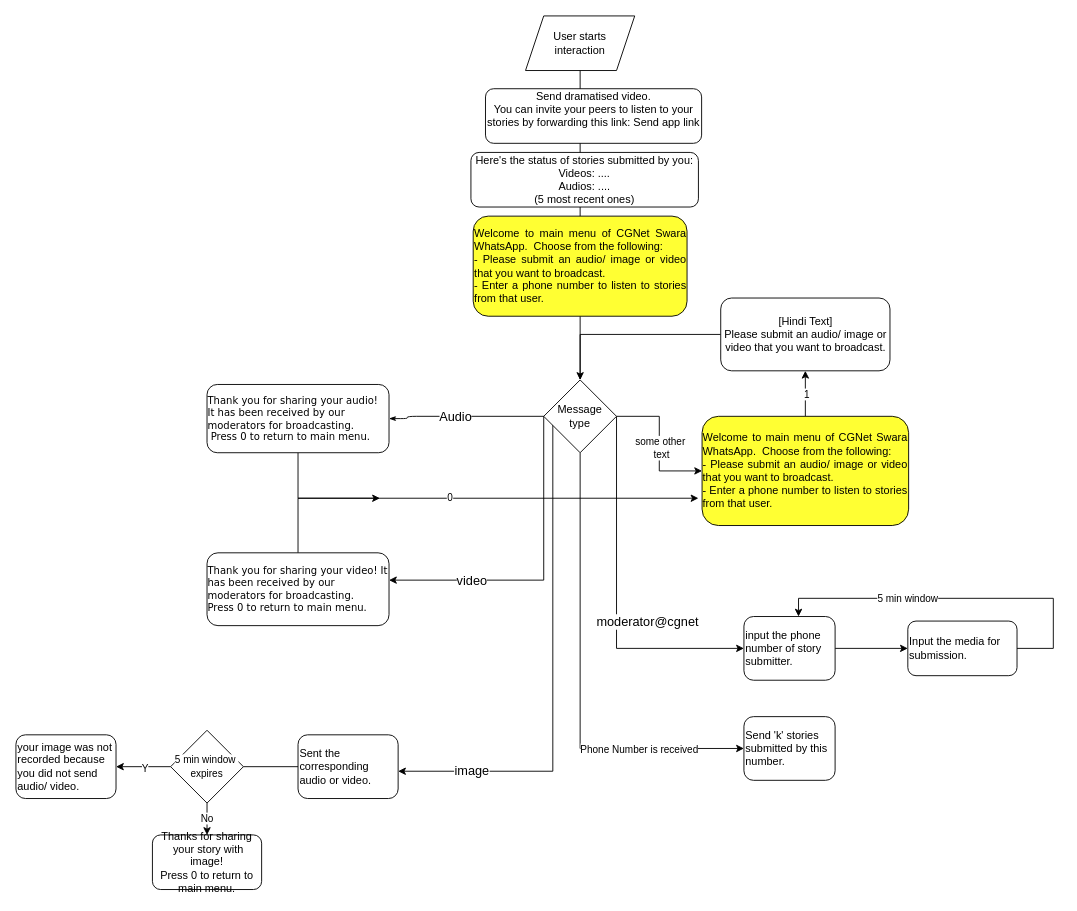
Earlier version of the draw.io diagram page "5 may" (6 of 6) of DisseminationFlow.drawio (PriyankaVerma98/CGNetSwara-WhatsApp). Source tidied: cells renumbered, new cells numbered last; positions are measured from the earlier drawing's top-left corner, leaving out a move shared by most shapes. Both pictures are drawn from the tidied source at 91%, with x=0, y=0 at pixel (15, 15).
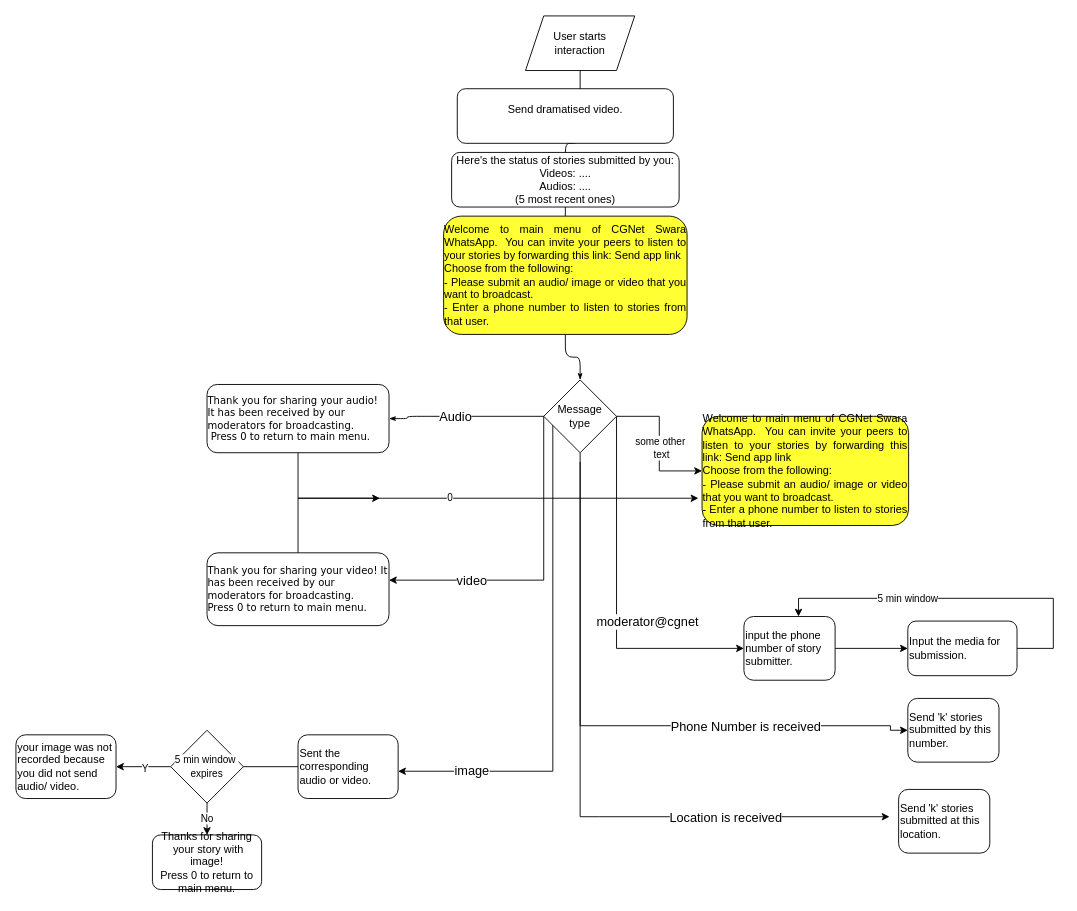
The same page after the edit.

Unchanged cells that the change refers to:
```xml
<mxCell id="15" value="Message &lt;br&gt;type" style="rhombus;whiteSpace=wrap;html=1;" parent="1" vertex="1">
  <mxGeometry x="580" y="400" width="80" height="80" as="geometry" />
</mxCell>
```

What changed in the source:
```diff
@@
-    <mxCell id="13" style="edgeStyle=orthogonalEdgeStyle;rounded=0;jettySize=auto;html=1;entryX=0;entryY=0.5;entryDx=0;entryDy=0;" parent="1" edge="1" source="15" target="44">
+    <mxCell id="13" style="edgeStyle=orthogonalEdgeStyle;rounded=0;jettySize=auto;html=1;entryX=0;entryY=0.5;entryDx=0;entryDy=0;" parent="1" edge="1" target="44">
       <mxGeometry relative="1" as="geometry">
+        <mxPoint x="620" y="490" as="sourcePoint" />
         <Array as="points">
-          <mxPoint x="620" y="805" />
+          <mxPoint x="620" y="780" />
+          <mxPoint x="961" y="780" />
+          <mxPoint x="961" y="785" />
         </Array>
       </mxGeometry>
     </mxCell>
-    <mxCell id="14" value="Phone Number is received" style="edgeLabel;html=1;align=center;verticalAlign=middle;" parent="13" vertex="1">
+    <mxCell id="14" value="&lt;font style=&quot;font-size: 14px&quot;&gt;Phone Number is received&lt;/font&gt;" style="edgeLabel;html=1;align=center;verticalAlign=middle;" parent="13" vertex="1">
       <mxGeometry x="0.42" y="-2" relative="1" as="geometry">
-        <mxPoint x="30" y="-2" as="offset" />
+        <mxPoint x="6" y="-2" as="offset" />
       </mxGeometry>
     </mxCell>
+    <mxCell id="45" style="edgeStyle=orthogonalEdgeStyle;rounded=0;jettySize=auto;html=1;" parent="1" edge="1" source="15">
+      <mxGeometry relative="1" as="geometry">
+        <mxPoint x="960" y="880" as="targetPoint" />
+        <Array as="points">
+          <mxPoint x="620" y="880" />
+          <mxPoint x="640" y="880" />
+        </Array>
+      </mxGeometry>
+    </mxCell>
+    <mxCell id="46" value="&lt;font style=&quot;font-size: 14px&quot;&gt;Location is received&lt;/font&gt;" style="edgeLabel;html=1;align=center;verticalAlign=middle;" parent="45" vertex="1">
+      <mxGeometry x="0.48" relative="1" as="geometry">
+        <mxPoint x="11" as="offset" />
+      </mxGeometry>
+    </mxCell>
@@
-    <mxCell id="20" style="edgeStyle=orthogonalEdgeStyle;rounded=0;jettySize=auto;html=1;exitX=0.5;exitY=0;exitDx=0;exitDy=0;entryX=0.5;entryY=1;entryDx=0;entryDy=0;" parent="1" edge="1" source="22" target="26">
-      <mxGeometry relative="1" as="geometry" />
-    </mxCell>
-    <mxCell id="21" value="1" style="edgeLabel;html=1;align=center;verticalAlign=middle;" parent="20" vertex="1">
-      <mxGeometry x="-0.01" y="-1" relative="1" as="geometry" />
-    </mxCell>
-    <mxCell id="22" value="&lt;div style=&quot;text-align: justify&quot;&gt;&lt;div&gt;&lt;span style=&quot;text-align: center&quot;&gt;Welcome to main menu of CGNet Swara WhatsApp. &amp;nbsp;Choose from the following:&lt;/span&gt;&lt;/div&gt;&lt;div&gt;&lt;span style=&quot;text-align: center&quot;&gt;- Please submit an audio/ image or video that you want to broadcast.&lt;/span&gt;&lt;/div&gt;&lt;div&gt;- Enter a phone number to listen to stories from that user.&lt;br&gt;&lt;/div&gt;&lt;/div&gt;" style="rounded=1;whiteSpace=wrap;html=1;fillColor=#FFFF33;" parent="1" vertex="1">
+    <mxCell id="22" value="&lt;div style=&quot;text-align: justify&quot;&gt;&lt;div&gt;&lt;div&gt;&lt;span style=&quot;text-align: center&quot;&gt;Welcome to main menu of CGNet Swara WhatsApp. &amp;nbsp;&lt;/span&gt;&lt;span style=&quot;text-align: center&quot;&gt;You can invite your peers to listen to your stories by forwarding this link: Send app link&lt;/span&gt;&lt;/div&gt;&lt;div&gt;&lt;span style=&quot;text-align: center&quot;&gt;Choose from the following:&lt;/span&gt;&lt;br&gt;&lt;/div&gt;&lt;div&gt;&lt;span style=&quot;text-align: center&quot;&gt;- Please submit an audio/ image or video that you want to broadcast.&lt;/span&gt;&lt;/div&gt;&lt;div&gt;- Enter a phone number to listen to stories from that user.&lt;/div&gt;&lt;/div&gt;&lt;/div&gt;" style="rounded=1;whiteSpace=wrap;html=1;fillColor=#FFFF33;" parent="1" vertex="1">
       <mxGeometry x="754" y="440" width="227" height="120" as="geometry" />
     </mxCell>
@@
-    <mxCell id="25" style="edgeStyle=orthogonalEdgeStyle;rounded=0;jettySize=auto;html=1;" parent="1" edge="1" source="26" target="15">
-      <mxGeometry relative="1" as="geometry" />
-    </mxCell>
-    <mxCell id="26" value="[Hindi Text]&lt;br&gt;Please submit an audio/ image or video that you want to broadcast." style="rounded=1;whiteSpace=wrap;html=1;" parent="1" vertex="1">
-      <mxGeometry x="774.5" y="310" width="186" height="80" as="geometry" />
-    </mxCell>
@@
-    <mxCell id="40" value="&lt;div style=&quot;text-align: justify&quot;&gt;&lt;div style=&quot;text-align: justify&quot;&gt;&lt;div&gt;&lt;span style=&quot;text-align: center&quot;&gt;Welcome to main menu of CGNet Swara WhatsApp. &amp;nbsp;Choose from the following:&lt;/span&gt;&lt;/div&gt;&lt;div&gt;&lt;span style=&quot;text-align: center&quot;&gt;- Please submit an audio/ image or video that you want to broadcast.&lt;/span&gt;&lt;/div&gt;&lt;div&gt;- Enter a phone number to listen to stories from that user.&lt;/div&gt;&lt;/div&gt;&lt;/div&gt;" style="rounded=1;whiteSpace=wrap;html=1;fillColor=#FFFF33;" parent="1" vertex="1">
-      <mxGeometry x="502.5" y="220" width="235" height="110" as="geometry" />
+    <mxCell id="40" value="&lt;div style=&quot;text-align: justify&quot;&gt;&lt;div style=&quot;text-align: justify&quot;&gt;&lt;div&gt;&lt;span style=&quot;text-align: center&quot;&gt;Welcome to main menu of CGNet Swara WhatsApp. &amp;nbsp;&lt;/span&gt;&lt;span style=&quot;text-align: center&quot;&gt;You can invite your peers to listen to your stories by forwarding this link: Send app link&lt;/span&gt;&lt;/div&gt;&lt;div&gt;&lt;span style=&quot;text-align: center&quot;&gt;Choose from the following:&lt;/span&gt;&lt;br&gt;&lt;/div&gt;&lt;div&gt;&lt;span style=&quot;text-align: center&quot;&gt;- Please submit an audio/ image or video that you want to broadcast.&lt;/span&gt;&lt;/div&gt;&lt;div&gt;- Enter a phone number to listen to stories from that user.&lt;/div&gt;&lt;/div&gt;&lt;/div&gt;" style="rounded=1;whiteSpace=wrap;html=1;fillColor=#FFFF33;" parent="1" vertex="1">
+      <mxGeometry x="470" y="220" width="267.5" height="130" as="geometry" />
     </mxCell>
@@
-    <mxCell id="42" value="&lt;div&gt;&lt;span&gt;Send dramatised video.&lt;/span&gt;&lt;/div&gt;&lt;div&gt;&lt;span&gt;You can invite your peers to listen to your stories by forwarding this link: Send app link&lt;/span&gt;&lt;/div&gt;&lt;div&gt;&lt;span&gt;&lt;br&gt;&lt;/span&gt;&lt;/div&gt;" style="rounded=1;whiteSpace=wrap;html=1;" parent="1" vertex="1">
-      <mxGeometry x="516" y="80" width="237.5" height="60" as="geometry" />
+    <mxCell id="42" value="&lt;div&gt;&lt;span&gt;Send dramatised video.&lt;/span&gt;&lt;/div&gt;&lt;div&gt;&lt;br&gt;&lt;/div&gt;" style="rounded=1;whiteSpace=wrap;html=1;" parent="1" vertex="1">
+      <mxGeometry x="485" y="80" width="237.5" height="60" as="geometry" />
     </mxCell>
     <mxCell id="43" value="Here's the status of stories submitted by you:&lt;br&gt;Videos: ....&lt;br&gt;Audios: ....&lt;br&gt;(5 most recent ones)" style="rounded=1;whiteSpace=wrap;html=1;" parent="1" vertex="1">
-      <mxGeometry x="500" y="150" width="250" height="60" as="geometry" />
+      <mxGeometry x="478.8" y="150" width="250" height="60" as="geometry" />
     </mxCell>
     <mxCell id="44" value="Send 'k' stories submitted by this number." style="rounded=1;whiteSpace=wrap;html=1;align=left;" parent="1" vertex="1">
-      <mxGeometry x="800" y="770" width="100.2" height="70" as="geometry" />
+      <mxGeometry x="980.1" y="750" width="100.2" height="70" as="geometry" />
     </mxCell>
+    <mxCell id="47" value="Send 'k' stories submitted at this location." style="rounded=1;whiteSpace=wrap;html=1;align=left;" parent="1" vertex="1">
+      <mxGeometry x="970" y="850" width="100.2" height="70" as="geometry" />
+    </mxCell>
```
